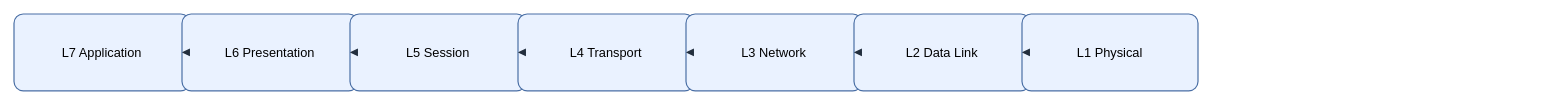
Above: assets/img/network/osi-seven-layer-stack.drawio in KKamJi98/kkamji98.github.io (draw.io), before the change. Source tidied: cells renumbered, new cells numbered last; positions are measured from the earlier drawing's top-left corner, leaving out a move shared by most shapes. Both pictures are drawn from the tidied source at 80%, with x=0, y=0 at pixel (14, 14).
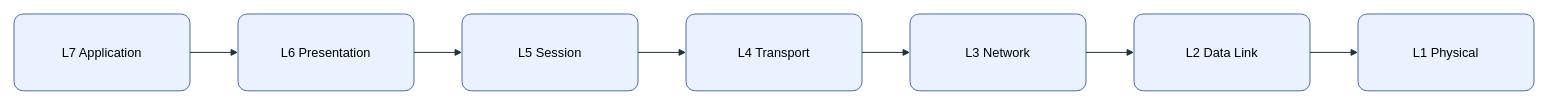
After the change.

Change to the diagram source:
```diff
@@
 <mxGraphModel background="#FFFFFF">
   <root>
     <mxCell id="0" />
     <mxCell id="1" parent="0" />
-    <mxCell id="2" value="&lt;font style=&quot;color: rgb(0, 0, 0);&quot;&gt;L7 Application&lt;/font&gt;" style="rounded=1;arcSize=12;whiteSpace=wrap;html=1;fillColor=#EAF2FF;strokeColor=#4A6FA5;strokeWidth=1.5;fontColor=#000000;fontSize=16;align=center;verticalAlign=middle;spacing=8;shadow=0;" parent="1" vertex="1">
+    <mxCell id="2" value="L7 Application" style="rounded=1;arcSize=12;whiteSpace=wrap;html=0;fillColor=#EAF2FF;strokeColor=#4A6FA5;strokeWidth=1.25;fontColor=#000000;fontSize=16;align=center;verticalAlign=middle;spacing=8;shadow=0;" parent="1" vertex="1">
       <mxGeometry width="220" height="96" as="geometry" />
     </mxCell>
-    <mxCell id="3" value="&lt;font style=&quot;color: rgb(0, 0, 0);&quot;&gt;L6 Presentation&lt;/font&gt;" style="rounded=1;arcSize=12;whiteSpace=wrap;html=1;fillColor=#EAF2FF;strokeColor=#4A6FA5;strokeWidth=1.5;fontColor=#000000;fontSize=16;align=center;verticalAlign=middle;spacing=8;shadow=0;" parent="1" vertex="1">
-      <mxGeometry x="210" width="220" height="96" as="geometry" />
+    <mxCell id="3" value="L6 Presentation" style="rounded=1;arcSize=12;whiteSpace=wrap;html=0;fillColor=#EAF2FF;strokeColor=#4A6FA5;strokeWidth=1.25;fontColor=#000000;fontSize=16;align=center;verticalAlign=middle;spacing=8;shadow=0;" parent="1" vertex="1">
+      <mxGeometry x="280" width="220" height="96" as="geometry" />
     </mxCell>
-    <mxCell id="4" value="&lt;font style=&quot;color: rgb(0, 0, 0);&quot;&gt;L5 Session&lt;/font&gt;" style="rounded=1;arcSize=12;whiteSpace=wrap;html=1;fillColor=#EAF2FF;strokeColor=#4A6FA5;strokeWidth=1.5;fontColor=#000000;fontSize=16;align=center;verticalAlign=middle;spacing=8;shadow=0;" parent="1" vertex="1">
-      <mxGeometry x="420" width="220" height="96" as="geometry" />
+    <mxCell id="4" value="L5 Session" style="rounded=1;arcSize=12;whiteSpace=wrap;html=0;fillColor=#EAF2FF;strokeColor=#4A6FA5;strokeWidth=1.25;fontColor=#000000;fontSize=16;align=center;verticalAlign=middle;spacing=8;shadow=0;" parent="1" vertex="1">
+      <mxGeometry x="560" width="220" height="96" as="geometry" />
     </mxCell>
-    <mxCell id="5" value="&lt;font style=&quot;color: rgb(0, 0, 0);&quot;&gt;L4 Transport&lt;/font&gt;" style="rounded=1;arcSize=12;whiteSpace=wrap;html=1;fillColor=#EAF2FF;strokeColor=#4A6FA5;strokeWidth=1.5;fontColor=#000000;fontSize=16;align=center;verticalAlign=middle;spacing=8;shadow=0;" parent="1" vertex="1">
-      <mxGeometry x="630" width="220" height="96" as="geometry" />
+    <mxCell id="5" value="L4 Transport" style="rounded=1;arcSize=12;whiteSpace=wrap;html=0;fillColor=#EAF2FF;strokeColor=#4A6FA5;strokeWidth=1.25;fontColor=#000000;fontSize=16;align=center;verticalAlign=middle;spacing=8;shadow=0;" parent="1" vertex="1">
+      <mxGeometry x="840" width="220" height="96" as="geometry" />
     </mxCell>
-    <mxCell id="6" value="&lt;font style=&quot;color: rgb(0, 0, 0);&quot;&gt;L3 Network&lt;/font&gt;" style="rounded=1;arcSize=12;whiteSpace=wrap;html=1;fillColor=#EAF2FF;strokeColor=#4A6FA5;strokeWidth=1.5;fontColor=#000000;fontSize=16;align=center;verticalAlign=middle;spacing=8;shadow=0;" parent="1" vertex="1">
-      <mxGeometry x="840" width="220" height="96" as="geometry" />
+    <mxCell id="6" value="L3 Network" style="rounded=1;arcSize=12;whiteSpace=wrap;html=0;fillColor=#EAF2FF;strokeColor=#4A6FA5;strokeWidth=1.25;fontColor=#000000;fontSize=16;align=center;verticalAlign=middle;spacing=8;shadow=0;" parent="1" vertex="1">
+      <mxGeometry x="1120" width="220" height="96" as="geometry" />
     </mxCell>
-    <mxCell id="7" value="&lt;font style=&quot;color: rgb(0, 0, 0);&quot;&gt;L2 Data Link&lt;/font&gt;" style="rounded=1;arcSize=12;whiteSpace=wrap;html=1;fillColor=#EAF2FF;strokeColor=#4A6FA5;strokeWidth=1.5;fontColor=#000000;fontSize=16;align=center;verticalAlign=middle;spacing=8;shadow=0;" parent="1" vertex="1">
-      <mxGeometry x="1050" width="220" height="96" as="geometry" />
+    <mxCell id="7" value="L2 Data Link" style="rounded=1;arcSize=12;whiteSpace=wrap;html=0;fillColor=#EAF2FF;strokeColor=#4A6FA5;strokeWidth=1.25;fontColor=#000000;fontSize=16;align=center;verticalAlign=middle;spacing=8;shadow=0;" parent="1" vertex="1">
+      <mxGeometry x="1400" width="220" height="96" as="geometry" />
     </mxCell>
-    <mxCell id="8" value="&lt;font style=&quot;color: rgb(0, 0, 0);&quot;&gt;L1 Physical&lt;/font&gt;" style="rounded=1;arcSize=12;whiteSpace=wrap;html=1;fillColor=#EAF2FF;strokeColor=#4A6FA5;strokeWidth=1.5;fontColor=#000000;fontSize=16;align=center;verticalAlign=middle;spacing=8;shadow=0;" parent="1" vertex="1">
-      <mxGeometry x="1260" width="220" height="96" as="geometry" />
+    <mxCell id="8" value="L1 Physical" style="rounded=1;arcSize=12;whiteSpace=wrap;html=0;fillColor=#EAF2FF;strokeColor=#4A6FA5;strokeWidth=1.25;fontColor=#000000;fontSize=16;align=center;verticalAlign=middle;spacing=8;shadow=0;" parent="1" vertex="1">
+      <mxGeometry x="1680" width="220" height="96" as="geometry" />
     </mxCell>
-    <mxCell id="9" style="edgeStyle=orthogonalEdgeStyle;rounded=0;jettySize=auto;html=1;endArrow=block;endFill=1;strokeColor=#232F3E;strokeWidth=1.5;fontColor=#000000;labelBackgroundColor=none;exitX=1;exitY=0.5;exitDx=0;exitDy=0;entryX=0;entryY=0.5;entryDx=0;entryDy=0;" parent="1" edge="1" source="2" target="3">
+    <mxCell id="9" style="edgeStyle=orthogonalEdgeStyle;rounded=0;jettySize=auto;html=0;endArrow=block;endFill=1;strokeColor=#232F3E;strokeWidth=1.25;fontColor=#000000;labelBackgroundColor=none;exitX=1;exitY=0.5;exitDx=0;exitDy=0;entryX=0;entryY=0.5;entryDx=0;entryDy=0;" parent="1" edge="1" source="2" target="3">
       <mxGeometry relative="1" as="geometry" />
     </mxCell>
-    <mxCell id="10" style="edgeStyle=orthogonalEdgeStyle;rounded=0;jettySize=auto;html=1;endArrow=block;endFill=1;strokeColor=#232F3E;strokeWidth=1.5;fontColor=#000000;labelBackgroundColor=none;exitX=1;exitY=0.5;exitDx=0;exitDy=0;entryX=0;entryY=0.5;entryDx=0;entryDy=0;" parent="1" edge="1" source="3" target="4">
+    <mxCell id="10" style="edgeStyle=orthogonalEdgeStyle;rounded=0;jettySize=auto;html=0;endArrow=block;endFill=1;strokeColor=#232F3E;strokeWidth=1.25;fontColor=#000000;labelBackgroundColor=none;exitX=1;exitY=0.5;exitDx=0;exitDy=0;entryX=0;entryY=0.5;entryDx=0;entryDy=0;" parent="1" edge="1" source="3" target="4">
       <mxGeometry relative="1" as="geometry" />
     </mxCell>
-    <mxCell id="11" style="edgeStyle=orthogonalEdgeStyle;rounded=0;jettySize=auto;html=1;endArrow=block;endFill=1;strokeColor=#232F3E;strokeWidth=1.5;fontColor=#000000;labelBackgroundColor=none;exitX=1;exitY=0.5;exitDx=0;exitDy=0;entryX=0;entryY=0.5;entryDx=0;entryDy=0;" parent="1" edge="1" source="4" target="5">
+    <mxCell id="11" style="edgeStyle=orthogonalEdgeStyle;rounded=0;jettySize=auto;html=0;endArrow=block;endFill=1;strokeColor=#232F3E;strokeWidth=1.25;fontColor=#000000;labelBackgroundColor=none;exitX=1;exitY=0.5;exitDx=0;exitDy=0;entryX=0;entryY=0.5;entryDx=0;entryDy=0;" parent="1" edge="1" source="4" target="5">
       <mxGeometry relative="1" as="geometry" />
     </mxCell>
-    <mxCell id="12" style="edgeStyle=orthogonalEdgeStyle;rounded=0;jettySize=auto;html=1;endArrow=block;endFill=1;strokeColor=#232F3E;strokeWidth=1.5;fontColor=#000000;labelBackgroundColor=none;exitX=1;exitY=0.5;exitDx=0;exitDy=0;entryX=0;entryY=0.5;entryDx=0;entryDy=0;" parent="1" edge="1" source="5" target="6">
+    <mxCell id="12" style="edgeStyle=orthogonalEdgeStyle;rounded=0;jettySize=auto;html=0;endArrow=block;endFill=1;strokeColor=#232F3E;strokeWidth=1.25;fontColor=#000000;labelBackgroundColor=none;exitX=1;exitY=0.5;exitDx=0;exitDy=0;entryX=0;entryY=0.5;entryDx=0;entryDy=0;" parent="1" edge="1" source="5" target="6">
       <mxGeometry relative="1" as="geometry" />
     </mxCell>
-    <mxCell id="13" style="edgeStyle=orthogonalEdgeStyle;rounded=0;jettySize=auto;html=1;endArrow=block;endFill=1;strokeColor=#232F3E;strokeWidth=1.5;fontColor=#000000;labelBackgroundColor=none;exitX=1;exitY=0.5;exitDx=0;exitDy=0;entryX=0;entryY=0.5;entryDx=0;entryDy=0;" parent="1" edge="1" source="6" target="7">
+    <mxCell id="13" style="edgeStyle=orthogonalEdgeStyle;rounded=0;jettySize=auto;html=0;endArrow=block;endFill=1;strokeColor=#232F3E;strokeWidth=1.25;fontColor=#000000;labelBackgroundColor=none;exitX=1;exitY=0.5;exitDx=0;exitDy=0;entryX=0;entryY=0.5;entryDx=0;entryDy=0;" parent="1" edge="1" source="6" target="7">
       <mxGeometry relative="1" as="geometry" />
     </mxCell>
-    <mxCell id="14" style="edgeStyle=orthogonalEdgeStyle;rounded=0;jettySize=auto;html=1;endArrow=block;endFill=1;strokeColor=#232F3E;strokeWidth=1.5;fontColor=#000000;labelBackgroundColor=none;exitX=1;exitY=0.5;exitDx=0;exitDy=0;entryX=0;entryY=0.5;entryDx=0;entryDy=0;" parent="1" edge="1" source="7" target="8">
+    <mxCell id="14" style="edgeStyle=orthogonalEdgeStyle;rounded=0;jettySize=auto;html=0;endArrow=block;endFill=1;strokeColor=#232F3E;strokeWidth=1.25;fontColor=#000000;labelBackgroundColor=none;exitX=1;exitY=0.5;exitDx=0;exitDy=0;entryX=0;entryY=0.5;entryDx=0;entryDy=0;" parent="1" edge="1" source="7" target="8">
       <mxGeometry relative="1" as="geometry" />
     </mxCell>
   </root>
 </mxGraphModel>
```
